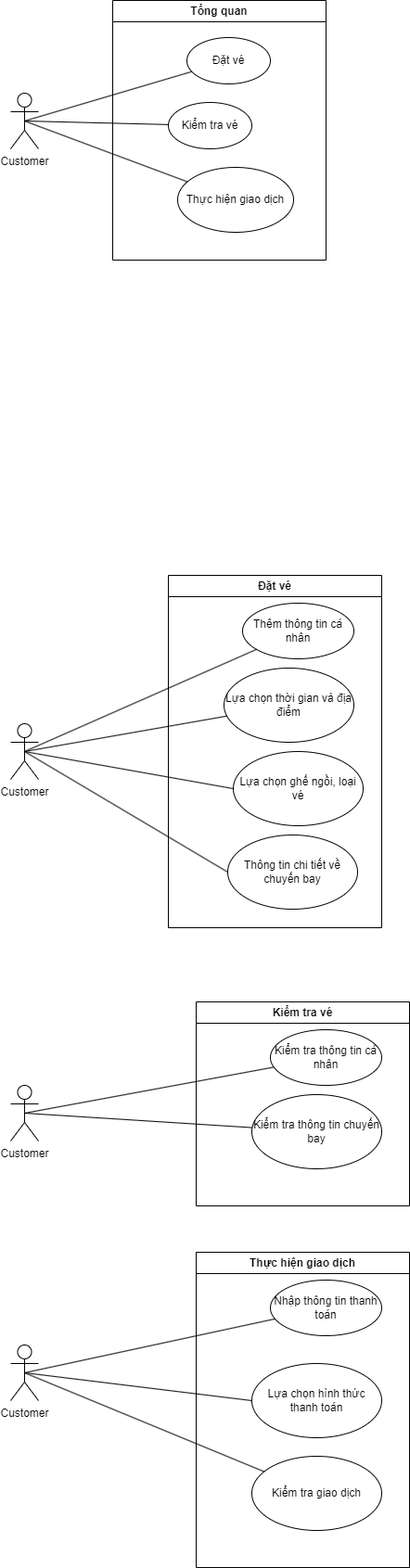
This is Usecase.drawio.png from GumBox/CloudAirlineG8, a draw.io export, as it was before one commit. Source tidied: cells renumbered, new cells last; positions are measured from the earlier drawing's top-left corner, leaving out a move shared by most shapes.
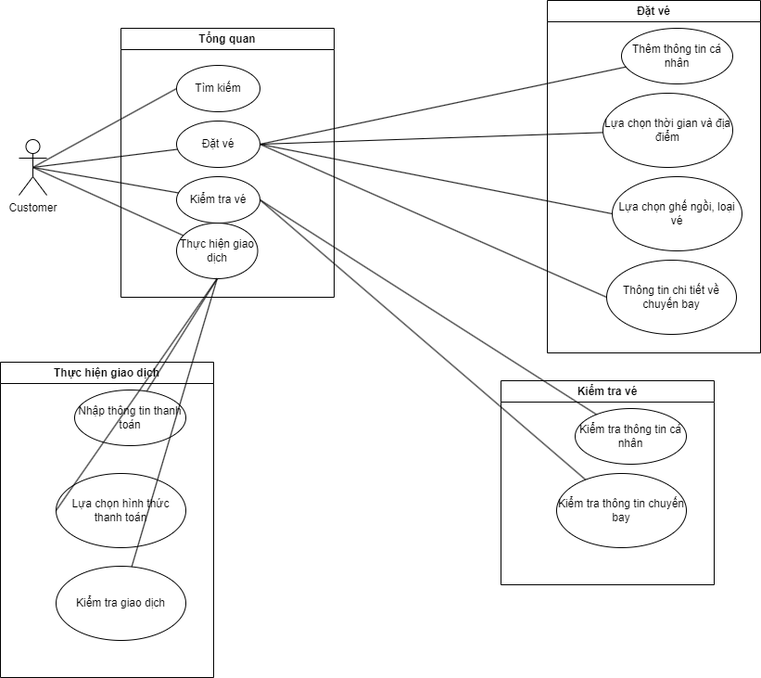
Above is the later version.

What changed in the source:
```diff
@@ -3,19 +3,22 @@
     <mxCell id="0" />
     <mxCell id="1" parent="0" />
     <mxCell id="2" value="Tổng quan" style="swimlane;whiteSpace=wrap;" parent="1" vertex="1">
-      <mxGeometry x="110" width="230" height="280" as="geometry" />
+      <mxGeometry x="70" y="-100" width="230" height="290" as="geometry" />
     </mxCell>
     <mxCell id="3" value="Đặt vé" style="ellipse;whiteSpace=wrap;html=1;" parent="2" vertex="1">
-      <mxGeometry x="80" y="40" width="90" height="50" as="geometry" />
+      <mxGeometry x="60" y="100" width="90" height="50" as="geometry" />
     </mxCell>
     <mxCell id="4" value="Kiểm tra vé" style="ellipse;whiteSpace=wrap;html=1;" parent="2" vertex="1">
-      <mxGeometry x="60" y="110" width="90" height="50" as="geometry" />
+      <mxGeometry x="60" y="160" width="90" height="50" as="geometry" />
     </mxCell>
     <mxCell id="5" value="Thực hiện giao dịch" style="ellipse;whiteSpace=wrap;html=1;" parent="2" vertex="1">
-      <mxGeometry x="70" y="180" width="125" height="70" as="geometry" />
+      <mxGeometry x="60" y="210" width="87.5" height="60" as="geometry" />
     </mxCell>
+    <mxCell id="34" value="Tìm kiếm" style="ellipse;whiteSpace=wrap;html=1;" parent="2" vertex="1">
+      <mxGeometry x="60" y="40" width="90" height="50" as="geometry" />
+    </mxCell>
     <mxCell id="6" value="Customer" style="shape=umlActor;verticalLabelPosition=bottom;verticalAlign=top;html=1;outlineConnect=0;" parent="1" vertex="1">
-      <mxGeometry y="100" width="30" height="60" as="geometry" />
+      <mxGeometry x="-40" y="20" width="30" height="60" as="geometry" />
     </mxCell>
     <mxCell id="7" style="endArrow=none;html=1;rounded=0;exitX=0.5;exitY=0.5;exitDx=0;exitDy=0;exitPerimeter=0;" parent="1" edge="1" source="6" target="3">
       <mxGeometry relative="1" as="geometry" />
@@ -26,8 +29,11 @@
     <mxCell id="9" style="endArrow=none;html=1;rounded=0;exitX=0.5;exitY=0.5;exitDx=0;exitDy=0;exitPerimeter=0;" parent="1" edge="1" source="6" target="4">
       <mxGeometry relative="1" as="geometry" />
     </mxCell>
+    <mxCell id="35" style="endArrow=none;html=1;rounded=0;exitX=0.5;exitY=0.5;exitDx=0;exitDy=0;exitPerimeter=0;entryX=0;entryY=0.5;entryDx=0;entryDy=0;" parent="1" edge="1" source="6" target="34">
+      <mxGeometry relative="1" as="geometry" />
+    </mxCell>
     <mxCell id="10" value="Đặt vé" style="swimlane;whiteSpace=wrap;" parent="1" vertex="1">
-      <mxGeometry x="170" y="620" width="230" height="380" as="geometry" />
+      <mxGeometry x="530" y="-130" width="230" height="380" as="geometry" />
     </mxCell>
     <mxCell id="11" value="Thêm thông tin cá nhân" style="ellipse;whiteSpace=wrap;html=1;" parent="10" vertex="1">
       <mxGeometry x="80" y="30" width="120" height="60" as="geometry" />
@@ -41,23 +47,20 @@
     <mxCell id="14" value="Thông tin chi tiết về chuyến bay" style="ellipse;whiteSpace=wrap;html=1;" parent="10" vertex="1">
       <mxGeometry x="64" y="280" width="140" height="80" as="geometry" />
     </mxCell>
-    <mxCell id="15" value="Customer" style="shape=umlActor;verticalLabelPosition=bottom;verticalAlign=top;html=1;outlineConnect=0;" parent="1" vertex="1">
-      <mxGeometry y="780" width="30" height="60" as="geometry" />
-    </mxCell>
-    <mxCell id="16" style="endArrow=none;html=1;rounded=0;exitX=0.5;exitY=0.5;exitDx=0;exitDy=0;exitPerimeter=0;" parent="1" edge="1" source="15" target="11">
-      <mxGeometry relative="1" as="geometry" />
-    </mxCell>
-    <mxCell id="17" style="endArrow=none;html=1;rounded=0;exitX=0.5;exitY=0.5;exitDx=0;exitDy=0;exitPerimeter=0;entryX=0;entryY=0.5;entryDx=0;entryDy=0;" parent="1" edge="1" source="15" target="13">
-      <mxGeometry relative="1" as="geometry" />
-    </mxCell>
-    <mxCell id="18" style="endArrow=none;html=1;rounded=0;exitX=0.5;exitY=0.5;exitDx=0;exitDy=0;exitPerimeter=0;" parent="1" edge="1" source="15" target="12">
-      <mxGeometry relative="1" as="geometry" />
-    </mxCell>
-    <mxCell id="19" style="endArrow=none;html=1;rounded=0;exitX=0.5;exitY=0.5;exitDx=0;exitDy=0;exitPerimeter=0;entryX=0;entryY=0.5;entryDx=0;entryDy=0;" parent="1" edge="1" source="15" target="14">
-      <mxGeometry relative="1" as="geometry" />
-    </mxCell>
+    <mxCell id="36" style="endArrow=none;html=1;rounded=0;exitX=1;exitY=0.5;exitDx=0;exitDy=0;" parent="1" edge="1" source="3" target="11">
+      <mxGeometry relative="1" as="geometry" />
+    </mxCell>
+    <mxCell id="37" style="endArrow=none;html=1;rounded=0;exitX=1;exitY=0.5;exitDx=0;exitDy=0;entryX=0;entryY=0.5;entryDx=0;entryDy=0;" parent="1" edge="1" source="3" target="13">
+      <mxGeometry relative="1" as="geometry" />
+    </mxCell>
+    <mxCell id="38" style="endArrow=none;html=1;rounded=0;exitX=1;exitY=0.5;exitDx=0;exitDy=0;" parent="1" edge="1" source="3" target="12">
+      <mxGeometry relative="1" as="geometry" />
+    </mxCell>
+    <mxCell id="39" style="endArrow=none;html=1;rounded=0;exitX=1;exitY=0.5;exitDx=0;exitDy=0;entryX=0;entryY=0.5;entryDx=0;entryDy=0;" parent="1" edge="1" source="3" target="14">
+      <mxGeometry relative="1" as="geometry" />
+    </mxCell>
     <mxCell id="20" value="Kiểm tra vé" style="swimlane;whiteSpace=wrap;" parent="1" vertex="1">
-      <mxGeometry x="200" y="1080" width="230" height="220" as="geometry" />
+      <mxGeometry x="480" y="280" width="230" height="220" as="geometry" />
     </mxCell>
     <mxCell id="21" value="Kiểm tra thông tin cá nhân" style="ellipse;whiteSpace=wrap;html=1;" parent="20" vertex="1">
       <mxGeometry x="80" y="30" width="120" height="60" as="geometry" />
@@ -65,17 +68,14 @@
     <mxCell id="22" value="Kiểm tra thông tin chuyến bay" style="ellipse;whiteSpace=wrap;html=1;" parent="20" vertex="1">
       <mxGeometry x="60" y="100" width="140" height="80" as="geometry" />
     </mxCell>
-    <mxCell id="23" value="Customer" style="shape=umlActor;verticalLabelPosition=bottom;verticalAlign=top;html=1;outlineConnect=0;" parent="1" vertex="1">
-      <mxGeometry y="1170" width="30" height="60" as="geometry" />
-    </mxCell>
-    <mxCell id="24" style="endArrow=none;html=1;rounded=0;exitX=0.5;exitY=0.5;exitDx=0;exitDy=0;exitPerimeter=0;" parent="1" edge="1" source="23" target="21">
-      <mxGeometry relative="1" as="geometry" />
-    </mxCell>
-    <mxCell id="25" style="endArrow=none;html=1;rounded=0;exitX=0.5;exitY=0.5;exitDx=0;exitDy=0;exitPerimeter=0;" parent="1" edge="1" source="23" target="22">
-      <mxGeometry relative="1" as="geometry" />
-    </mxCell>
+    <mxCell id="40" style="endArrow=none;html=1;rounded=0;exitX=1;exitY=0.5;exitDx=0;exitDy=0;" parent="1" edge="1" source="4" target="21">
+      <mxGeometry relative="1" as="geometry" />
+    </mxCell>
+    <mxCell id="41" style="endArrow=none;html=1;rounded=0;exitX=1;exitY=0.5;exitDx=0;exitDy=0;" parent="1" edge="1" source="4" target="22">
+      <mxGeometry relative="1" as="geometry" />
+    </mxCell>
     <mxCell id="26" value="Thực hiện giao dịch" style="swimlane;whiteSpace=wrap;startSize=23;" parent="1" vertex="1">
-      <mxGeometry x="200" y="1350" width="230" height="340" as="geometry" />
+      <mxGeometry x="-60" y="260" width="230" height="340" as="geometry" />
     </mxCell>
     <mxCell id="27" value="Nhập thông tin thanh toán" style="ellipse;whiteSpace=wrap;html=1;" parent="26" vertex="1">
       <mxGeometry x="80" y="30" width="120" height="60" as="geometry" />
@@ -86,17 +86,14 @@
     <mxCell id="29" value="Lựa chọn hình thức thanh toán" style="ellipse;whiteSpace=wrap;html=1;" parent="26" vertex="1">
       <mxGeometry x="60" y="120" width="140" height="80" as="geometry" />
     </mxCell>
-    <mxCell id="30" value="Customer" style="shape=umlActor;verticalLabelPosition=bottom;verticalAlign=top;html=1;outlineConnect=0;" parent="1" vertex="1">
-      <mxGeometry y="1450" width="30" height="60" as="geometry" />
-    </mxCell>
-    <mxCell id="31" style="endArrow=none;html=1;rounded=0;exitX=0.5;exitY=0.5;exitDx=0;exitDy=0;exitPerimeter=0;" parent="1" edge="1" source="30" target="27">
-      <mxGeometry relative="1" as="geometry" />
-    </mxCell>
-    <mxCell id="32" style="endArrow=none;html=1;rounded=0;exitX=0.5;exitY=0.5;exitDx=0;exitDy=0;exitPerimeter=0;" parent="1" edge="1" source="30" target="28">
-      <mxGeometry relative="1" as="geometry" />
-    </mxCell>
-    <mxCell id="33" style="endArrow=none;html=1;rounded=0;exitX=0.5;exitY=0.5;exitDx=0;exitDy=0;exitPerimeter=0;entryX=0;entryY=0.5;entryDx=0;entryDy=0;" parent="1" edge="1" source="30" target="29">
-      <mxGeometry relative="1" as="geometry" />
-    </mxCell>
+    <mxCell id="42" style="endArrow=none;html=1;rounded=0;exitX=0.5;exitY=1;exitDx=0;exitDy=0;" parent="1" edge="1" source="5" target="27">
+      <mxGeometry relative="1" as="geometry" />
+    </mxCell>
+    <mxCell id="43" style="endArrow=none;html=1;rounded=0;exitX=0.5;exitY=1;exitDx=0;exitDy=0;" parent="1" edge="1" source="5" target="28">
+      <mxGeometry relative="1" as="geometry" />
+    </mxCell>
+    <mxCell id="44" style="endArrow=none;html=1;rounded=0;entryX=0;entryY=0.5;entryDx=0;entryDy=0;exitX=0.5;exitY=1;exitDx=0;exitDy=0;" parent="1" edge="1" source="5" target="29">
+      <mxGeometry relative="1" as="geometry" />
+    </mxCell>
   </root>
 </mxGraphModel>
```
